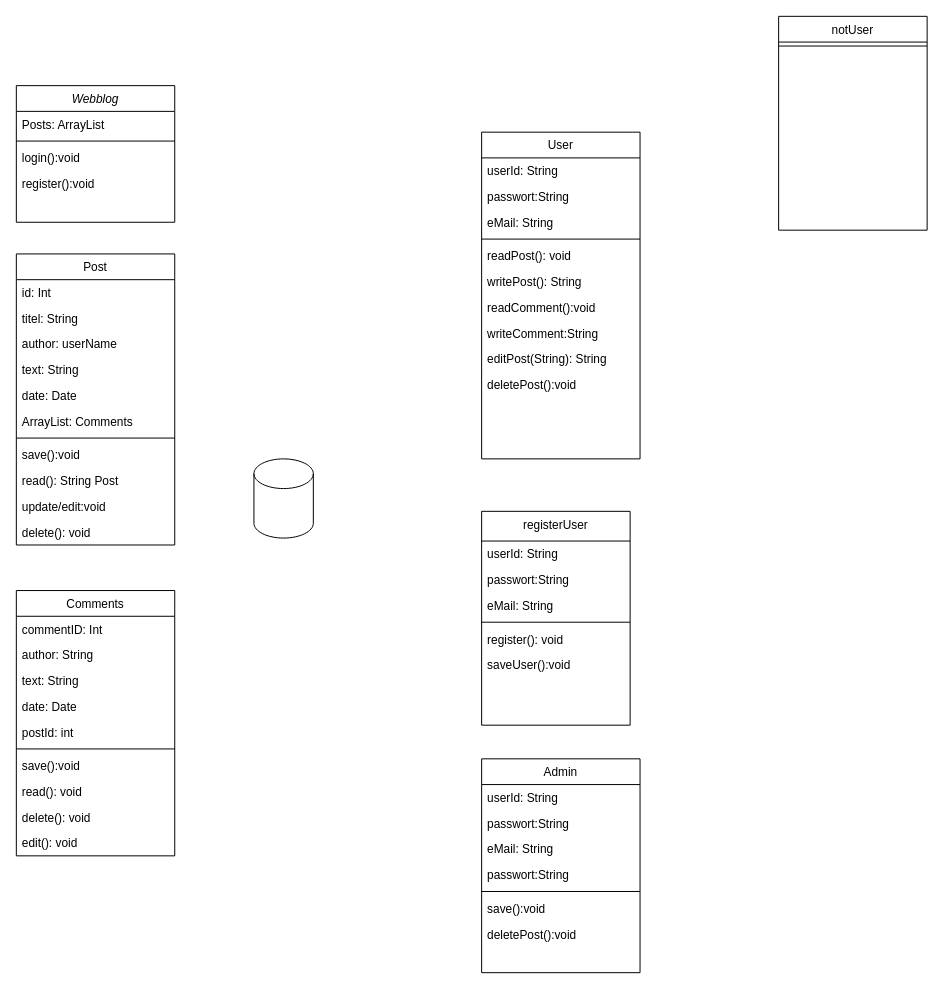
Earlier version of the draw.io diagram Webblog/TeamUnbesiegbar.drawio (Brights-DevOps-2022-Script/Team-Unbesiegbar). Source tidied: cells renumbered, new cells numbered last; positions are measured from the earlier drawing's top-left corner, leaving out a move shared by most shapes. Both pictures are drawn from the tidied source at 99%, with x=0, y=0 at pixel (16, 16).
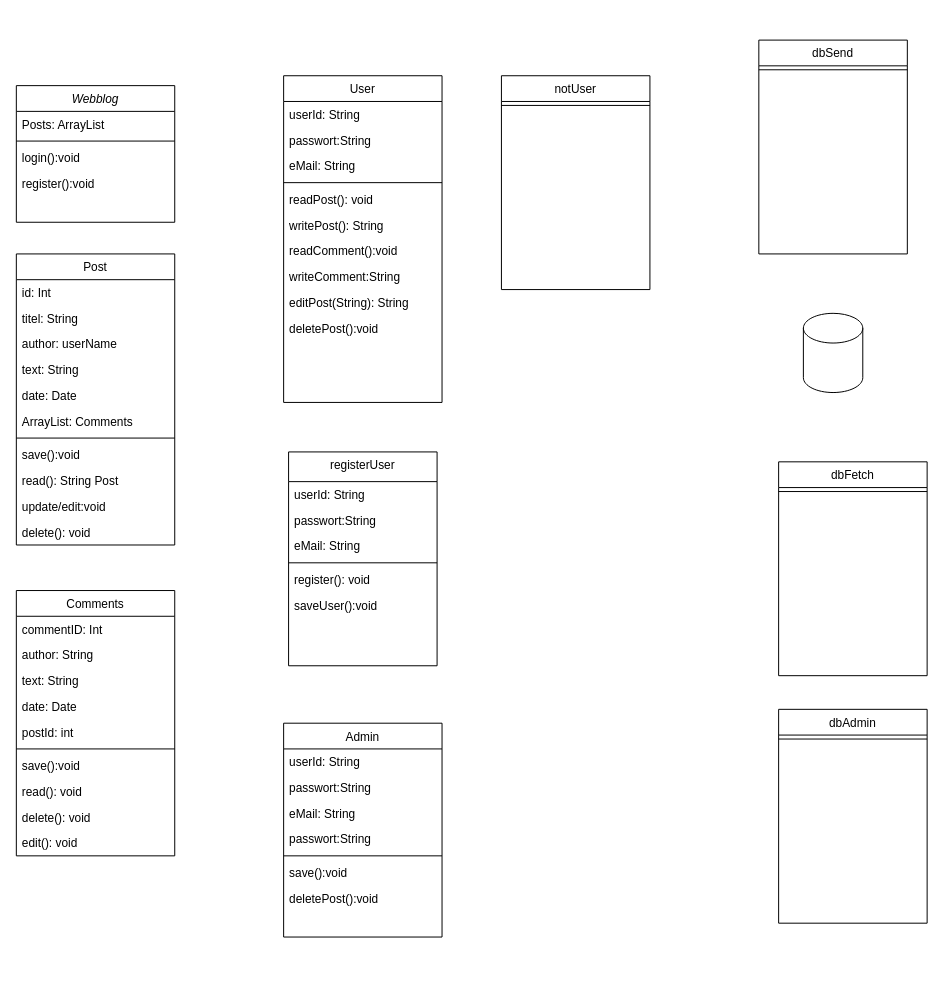
The same diagram, later.

Diff of the diagram source:
```diff
@@
     <mxCell id="7" value="User" style="swimlane;fontStyle=0;align=center;verticalAlign=top;horizontal=1;startSize=26;rounded=0;shadow=0;strokeWidth=1;" parent="1" vertex="1">
-      <mxGeometry x="470" y="117" width="160" height="330" as="geometry" />
+      <mxGeometry x="270" y="60" width="160" height="330" as="geometry" />
     </mxCell>
@@
     <mxCell id="41" value="Admin" style="swimlane;fontStyle=0;align=center;verticalAlign=top;horizontal=1;startSize=26;rounded=0;shadow=0;strokeWidth=1;" parent="1" vertex="1">
-      <mxGeometry x="470" y="750" width="160" height="216" as="geometry" />
+      <mxGeometry x="270" y="714" width="160" height="216" as="geometry" />
     </mxCell>
@@
     <mxCell id="49" value="notUser" style="swimlane;fontStyle=0;align=center;verticalAlign=top;horizontal=1;startSize=26;rounded=0;shadow=0;strokeWidth=1;" parent="1" vertex="1">
-      <mxGeometry x="770" width="150" height="216" as="geometry" />
+      <mxGeometry x="490" y="60" width="150" height="216" as="geometry" />
     </mxCell>
@@
     <mxCell id="51" value="registerUser" style="swimlane;fontStyle=0;align=center;verticalAlign=top;horizontal=1;startSize=30;rounded=0;shadow=0;strokeWidth=1;" parent="1" vertex="1">
-      <mxGeometry x="470" y="500" width="150" height="216" as="geometry" />
+      <mxGeometry x="275" y="440" width="150" height="216" as="geometry" />
     </mxCell>
@@
     <mxCell id="58" style="shape=cylinder3;whiteSpace=wrap;html=1;boundedLbl=1;backgroundOutline=1;size=15;" parent="1" vertex="1">
-      <mxGeometry x="240" y="447" width="60" height="80" as="geometry" />
+      <mxGeometry x="795" y="300" width="60" height="80" as="geometry" />
     </mxCell>
+    <mxCell id="59" value="dbSend" style="swimlane;fontStyle=0;align=center;verticalAlign=top;horizontal=1;startSize=26;rounded=0;shadow=0;strokeWidth=1;" parent="1" vertex="1">
+      <mxGeometry x="750" y="24" width="150" height="216" as="geometry" />
+    </mxCell>
+    <mxCell id="60" style="line;html=1;strokeWidth=1;align=left;verticalAlign=middle;spacingTop=-1;spacingLeft=3;spacingRight=3;labelPosition=right;" parent="59" vertex="1">
+      <mxGeometry y="26" width="150" height="8" as="geometry" />
+    </mxCell>
+    <mxCell id="61" value="dbFetch&#10;&#10;" style="swimlane;fontStyle=0;align=center;verticalAlign=top;horizontal=1;startSize=26;rounded=0;shadow=0;strokeWidth=1;" parent="1" vertex="1">
+      <mxGeometry x="770" y="450" width="150" height="216" as="geometry" />
+    </mxCell>
+    <mxCell id="62" style="line;html=1;strokeWidth=1;align=left;verticalAlign=middle;spacingTop=-1;spacingLeft=3;spacingRight=3;labelPosition=right;" parent="61" vertex="1">
+      <mxGeometry y="26" width="150" height="8" as="geometry" />
+    </mxCell>
+    <mxCell id="63" value="dbAdmin&#10;" style="swimlane;fontStyle=0;align=center;verticalAlign=top;horizontal=1;startSize=26;rounded=0;shadow=0;strokeWidth=1;" parent="1" vertex="1">
+      <mxGeometry x="770" y="700" width="150" height="216" as="geometry" />
+    </mxCell>
+    <mxCell id="64" style="line;html=1;strokeWidth=1;align=left;verticalAlign=middle;spacingTop=-1;spacingLeft=3;spacingRight=3;labelPosition=right;" parent="63" vertex="1">
+      <mxGeometry y="26" width="150" height="8" as="geometry" />
+    </mxCell>
```
